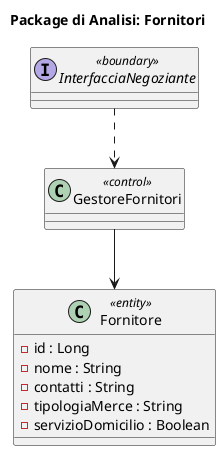
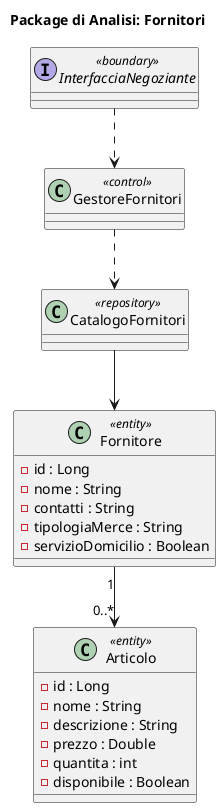
@startuml
title Package di Analisi: Fornitori

' Boundary e Control
interface InterfacciaNegoziante <<boundary>>
class GestoreFornitori <<control>>
+ class CatalogoFornitori <<repository>>
+ class Articolo <<entity>>

- ' Entity
+ class Articolo <<entity>> {
+     - id : Long
+     - nome : String
+     - descrizione : String
+     - prezzo : Double
+     - quantita : int
+     - disponibile : Boolean
+ }
class Fornitore <<entity>> {
    - id : Long
    - nome : String
    - contatti : String
    - tipologiaMerce : String
    - servizioDomicilio : Boolean
}

- ' Relazioni
InterfacciaNegoziante ..> GestoreFornitori
- GestoreFornitori --> Fornitore
+ GestoreFornitori ..> CatalogoFornitori
+ CatalogoFornitori --> Fornitore
+ Fornitore "1" --> "0..*" Articolo
@enduml